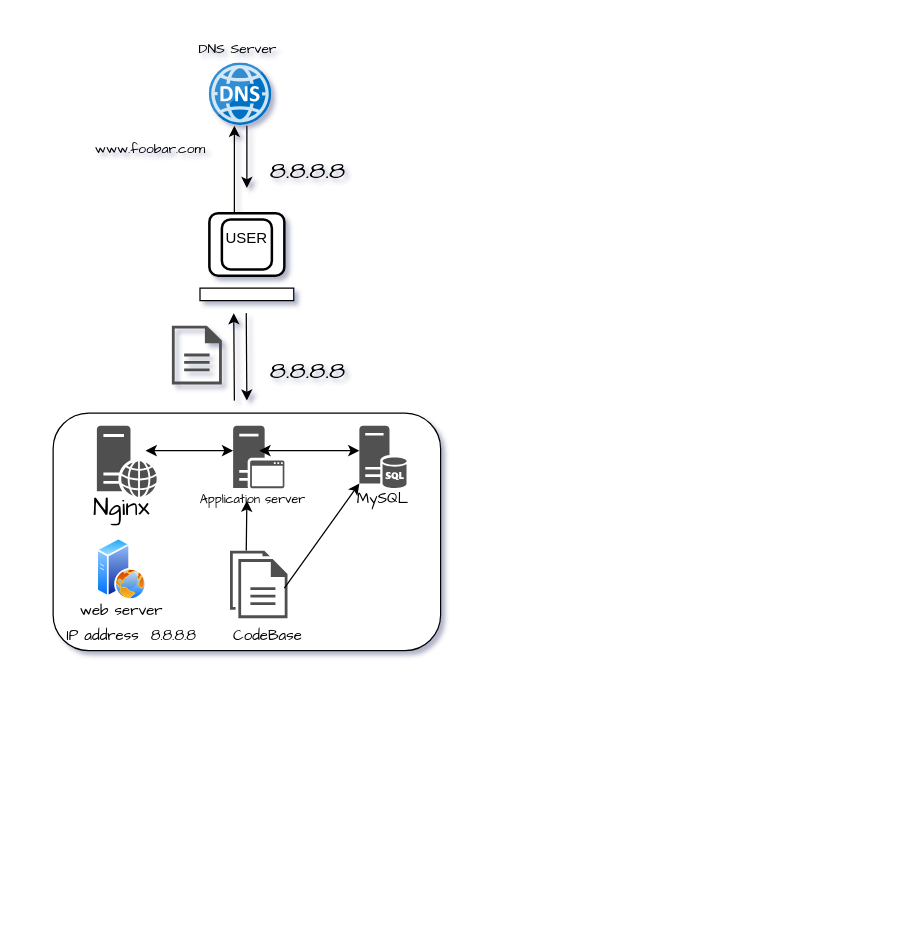
This is 0x09-web_infrastructure_design/Untitled Diagram.drawio from Yuskab/alx-system_engineering-devops, a draw.io file, before an edit. Source tidied: cells renumbered, new cells numbered last; positions are measured from the earlier drawing's top-left corner, leaving out a move shared by most shapes. Both pictures are drawn from the tidied source at 125%, with x=0, y=0 at pixel (52, 25).
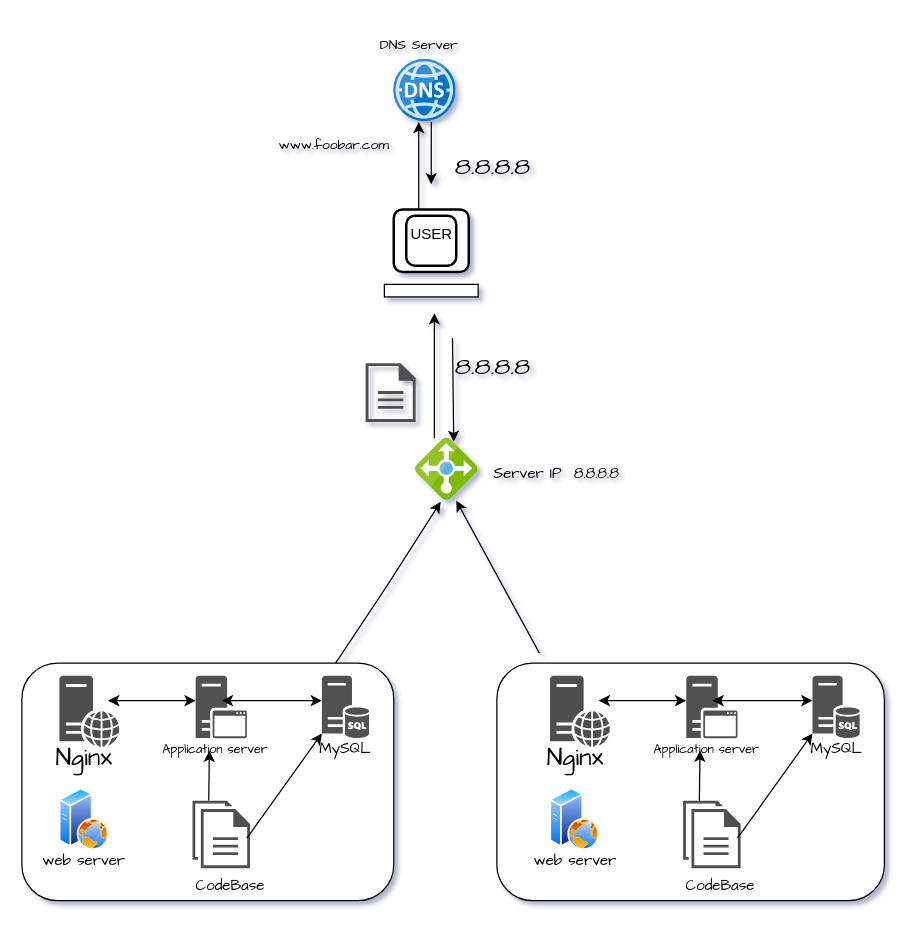
After the change.

Diff of the diagram source:
```diff
@@
     <mxCell id="2" style="endArrow=classic;html=1;rounded=0;" parent="1" edge="1">
       <mxGeometry relative="1" as="geometry">
-        <mxPoint x="145" y="160" as="sourcePoint" />
-        <mxPoint x="145" y="80" as="targetPoint" />
+        <mxPoint x="292.5" y="157" as="sourcePoint" />
+        <mxPoint x="292.5" y="77" as="targetPoint" />
         <Array as="points">
-          <mxPoint x="145" y="110" />
+          <mxPoint x="292.5" y="107" />
         </Array>
       </mxGeometry>
     </mxCell>
     <mxCell id="3" style="endArrow=classic;html=1;rounded=0;" parent="1" edge="1">
       <mxGeometry relative="1" as="geometry">
-        <mxPoint x="155" y="80" as="sourcePoint" />
-        <mxPoint x="155" y="130" as="targetPoint" />
+        <mxPoint x="302.5" y="77" as="sourcePoint" />
+        <mxPoint x="302.5" y="127" as="targetPoint" />
         <Array as="points">
-          <mxPoint x="155" y="110" />
+          <mxPoint x="302.5" y="107" />
         </Array>
       </mxGeometry>
     </mxCell>
     <mxCell id="4" style="rounded=1;whiteSpace=wrap;html=1;absoluteArcSize=1;arcSize=14;strokeWidth=2;" parent="1" vertex="1">
-      <mxGeometry x="125" y="150" width="60" height="50" as="geometry" />
+      <mxGeometry x="272.5" y="147" width="60" height="50" as="geometry" />
     </mxCell>
@@
     <mxCell id="6" style="rounded=1;whiteSpace=wrap;html=1;absoluteArcSize=1;arcSize=14;strokeWidth=2;" parent="1" vertex="1">
-      <mxGeometry x="135" y="155" width="40" height="40" as="geometry" />
+      <mxGeometry x="282.5" y="152" width="40" height="40" as="geometry" />
     </mxCell>
     <mxCell id="7" style="rounded=0;whiteSpace=wrap;html=1;" parent="1" vertex="1">
-      <mxGeometry x="117.5" y="210" width="75" height="10" as="geometry" />
+      <mxGeometry x="265" y="207" width="75" height="10" as="geometry" />
     </mxCell>
     <mxCell id="8" value="USER" style="text;strokeColor=none;align=center;fillColor=none;html=1;verticalAlign=middle;whiteSpace=wrap;rounded=0;" parent="1" vertex="1">
-      <mxGeometry x="125" y="155" width="60" height="30" as="geometry" />
+      <mxGeometry x="272.5" y="152" width="60" height="30" as="geometry" />
     </mxCell>
-    <mxCell id="9" style="endArrow=classic;html=1;rounded=0;" parent="1" edge="1">
-      <mxGeometry relative="1" as="geometry">
-        <mxPoint x="145" y="300" as="sourcePoint" />
-        <mxPoint x="144.5" y="230" as="targetPoint" />
-      </mxGeometry>
-    </mxCell>
     <mxCell id="10" style="endArrow=classic;html=1;rounded=0;" parent="1" edge="1">
       <mxGeometry relative="1" as="geometry">
-        <mxPoint x="154.5" y="230" as="sourcePoint" />
-        <mxPoint x="155" y="300" as="targetPoint" />
+        <mxPoint x="319.5" y="250" as="sourcePoint" />
+        <mxPoint x="320.5" y="333" as="targetPoint" />
       </mxGeometry>
     </mxCell>
     <mxCell id="11" style="rounded=1;whiteSpace=wrap;html=1;" parent="1" vertex="1">
-      <mxGeometry y="310" width="310" height="190" as="geometry" />
+      <mxGeometry x="-25" y="510" width="297.5" height="190" as="geometry" />
     </mxCell>
     <mxCell id="12" style="image;sketch=0;html=1;align=center;fontSize=12;image=img/lib/mscae/DNS.svg;" parent="1" vertex="1">
-      <mxGeometry x="125" y="30" width="50" height="50" as="geometry" />
+      <mxGeometry x="272.5" y="27" width="50" height="50" as="geometry" />
     </mxCell>
     <mxCell id="13" style="sketch=0;shadow=0;dashed=0;html=1;strokeColor=none;labelPosition=center;verticalLabelPosition=bottom;verticalAlign=top;align=center;fillColor=#515151;shape=mxgraph.mscae.system_center.secondary_site;" parent="1" vertex="1">
-      <mxGeometry x="144" y="320" width="41" height="50" as="geometry" />
+      <mxGeometry x="114" y="520" width="41" height="50" as="geometry" />
     </mxCell>
     <mxCell id="14" style="sketch=0;shadow=0;dashed=0;html=1;strokeColor=none;labelPosition=center;verticalLabelPosition=bottom;verticalAlign=top;align=center;fillColor=#515151;shape=mxgraph.mscae.system_center.central_administration_site_sql;" parent="1" vertex="1">
-      <mxGeometry x="245" y="320" width="38" height="50" as="geometry" />
+      <mxGeometry x="215" y="520" width="38" height="50" as="geometry" />
     </mxCell>
     <mxCell id="15" style="sketch=0;shadow=0;dashed=0;html=1;strokeColor=none;fillColor=#505050;labelPosition=center;verticalLabelPosition=bottom;verticalAlign=top;align=center;shape=mxgraph.office.servers.web_server;" parent="1" vertex="1">
-      <mxGeometry x="35" y="320" width="48" height="57" as="geometry" />
+      <mxGeometry x="5" y="520" width="48" height="57" as="geometry" />
     </mxCell>
     <mxCell id="16" style="sketch=0;shadow=0;dashed=0;html=1;strokeColor=none;fillColor=#505050;labelPosition=center;verticalLabelPosition=bottom;verticalAlign=top;align=center;shape=mxgraph.office.concepts.documents;" parent="1" vertex="1">
-      <mxGeometry x="141.5" y="420" width="46" height="54" as="geometry" />
+      <mxGeometry x="111.5" y="620" width="46" height="54" as="geometry" />
     </mxCell>
     <mxCell id="17" style="image;perimeter=ellipsePerimeter;html=1;align=center;shadow=0;dashed=0;spacingTop=3;image=img/lib/active_directory/web_server.svg;" parent="1" vertex="1">
-      <mxGeometry x="35" y="410" width="40" height="50" as="geometry" />
+      <mxGeometry x="5" y="610" width="40" height="50" as="geometry" />
     </mxCell>
     <mxCell id="18" style="sketch=0;shadow=0;dashed=0;html=1;strokeColor=none;fillColor=#505050;labelPosition=center;verticalLabelPosition=bottom;verticalAlign=top;align=center;shape=mxgraph.office.concepts.document;" parent="1" vertex="1">
-      <mxGeometry x="95" y="240" width="40" height="47" as="geometry" />
+      <mxGeometry x="250" y="270" width="40" height="47" as="geometry" />
     </mxCell>
     <mxCell id="19" style="endArrow=classic;startArrow=classic;html=1;rounded=0;" parent="1" edge="1">
       <mxGeometry relative="1" as="geometry">
-        <mxPoint x="74" y="340" as="sourcePoint" />
-        <mxPoint x="144" y="340" as="targetPoint" />
+        <mxPoint x="44" y="540" as="sourcePoint" />
+        <mxPoint x="114" y="540" as="targetPoint" />
       </mxGeometry>
     </mxCell>
     <mxCell id="20" style="endArrow=classic;startArrow=classic;html=1;rounded=0;" parent="1" edge="1">
       <mxGeometry relative="1" as="geometry">
-        <mxPoint x="165" y="340" as="sourcePoint" />
-        <mxPoint x="245" y="340" as="targetPoint" />
+        <mxPoint x="135" y="540" as="sourcePoint" />
+        <mxPoint x="215" y="540" as="targetPoint" />
       </mxGeometry>
     </mxCell>
     <mxCell id="21" style="endArrow=classic;html=1;rounded=0;entryX=0;entryY=0.925;entryDx=0;entryDy=0;entryPerimeter=0;" parent="1" edge="1" target="14">
       <mxGeometry relative="1" as="geometry">
-        <mxPoint x="185" y="450" as="sourcePoint" />
+        <mxPoint x="155" y="650" as="sourcePoint" />
       </mxGeometry>
     </mxCell>
     <mxCell id="22" style="endArrow=classic;html=1;rounded=0;align=right;labelBackgroundColor=#FFFFFF;" parent="1" edge="1">
       <mxGeometry relative="1" as="geometry">
-        <mxPoint x="154.5" y="420" as="sourcePoint" />
-        <mxPoint x="155" y="380" as="targetPoint" />
+        <mxPoint x="124.5" y="620" as="sourcePoint" />
+        <mxPoint x="125" y="580" as="targetPoint" />
       </mxGeometry>
     </mxCell>
     <mxCell id="23" value="&lt;font style=&quot;font-size: 11px;&quot;&gt;DNS Server&lt;/font&gt;" style="text;strokeColor=none;align=center;fillColor=none;html=1;verticalAlign=middle;whiteSpace=wrap;rounded=0;fontSize=20;fontFamily=Architects Daughter;" parent="1" vertex="1">
-      <mxGeometry x="107.5" width="80" height="30" as="geometry" />
+      <mxGeometry x="252.5" y="-3" width="80" height="30" as="geometry" />
     </mxCell>
     <mxCell id="24" value="&lt;font style=&quot;font-size: 10px;&quot;&gt;Application server&lt;/font&gt;" style="text;strokeColor=none;align=center;fillColor=none;html=1;verticalAlign=middle;whiteSpace=wrap;rounded=0;fontSize=20;fontFamily=Architects Daughter;" parent="1" vertex="1">
-      <mxGeometry x="95" y="350" width="130" height="50" as="geometry" />
+      <mxGeometry x="65" y="550" width="130" height="50" as="geometry" />
     </mxCell>
     <mxCell id="25" value="&lt;font style=&quot;font-size: 12px;&quot;&gt;MySQL&lt;/font&gt;" style="text;strokeColor=none;align=center;fillColor=none;html=1;verticalAlign=middle;whiteSpace=wrap;rounded=0;fontSize=20;fontFamily=Architects Daughter;" parent="1" vertex="1">
-      <mxGeometry x="234" y="360" width="60" height="30" as="geometry" />
+      <mxGeometry x="204" y="560" width="60" height="30" as="geometry" />
     </mxCell>
     <mxCell id="26" value="Nginx" style="text;strokeColor=none;align=center;fillColor=none;html=1;verticalAlign=middle;whiteSpace=wrap;rounded=0;fontSize=20;fontFamily=Architects Daughter;" parent="1" vertex="1">
-      <mxGeometry x="25" y="370" width="60" height="30" as="geometry" />
+      <mxGeometry x="-5" y="570" width="60" height="30" as="geometry" />
     </mxCell>
     <mxCell id="27" value="&lt;font style=&quot;font-size: 12px;&quot;&gt;web server&lt;/font&gt;" style="text;strokeColor=none;align=center;fillColor=none;html=1;verticalAlign=middle;whiteSpace=wrap;rounded=0;fontSize=20;fontFamily=Architects Daughter;" parent="1" vertex="1">
-      <mxGeometry x="5" y="450" width="100" height="30" as="geometry" />
+      <mxGeometry x="-25" y="650" width="100" height="30" as="geometry" />
     </mxCell>
     <mxCell id="28" value="8.8.8.8" style="text;strokeColor=none;align=center;fillColor=none;html=1;verticalAlign=middle;whiteSpace=wrap;rounded=0;fontSize=20;fontFamily=Architects Daughter;" parent="1" vertex="1">
-      <mxGeometry x="174" y="260" width="60" height="30" as="geometry" />
+      <mxGeometry x="321.5" y="257" width="60" height="30" as="geometry" />
     </mxCell>
     <mxCell id="29" value="8.8.8.8" style="text;strokeColor=none;align=center;fillColor=none;html=1;verticalAlign=middle;whiteSpace=wrap;rounded=0;fontSize=20;fontFamily=Architects Daughter;" parent="1" vertex="1">
-      <mxGeometry x="174" y="100" width="60" height="30" as="geometry" />
+      <mxGeometry x="321.5" y="97" width="60" height="30" as="geometry" />
     </mxCell>
-    <mxCell id="30" value="&lt;font style=&quot;font-size: 12px;&quot;&gt;IP&lt;font style=&quot;&quot;&gt; address&amp;nbsp; 8.8.8.8&lt;/font&gt;&lt;/font&gt;" style="text;strokeColor=none;align=center;fillColor=none;html=1;verticalAlign=middle;whiteSpace=wrap;rounded=0;fontSize=20;fontFamily=Architects Daughter;" parent="1" vertex="1">
-      <mxGeometry x="7.5" y="470" width="110" height="30" as="geometry" />
+    <mxCell id="30" value="&lt;font style=&quot;font-size: 12px;&quot;&gt;Server IP&lt;font style=&quot;&quot;&gt;&amp;nbsp; 8.8.8.8&lt;/font&gt;&lt;/font&gt;" style="text;strokeColor=none;align=center;fillColor=none;html=1;verticalAlign=middle;whiteSpace=wrap;rounded=0;fontSize=20;fontFamily=Architects Daughter;" parent="1" vertex="1">
+      <mxGeometry x="347.5" y="340" width="110" height="30" as="geometry" />
     </mxCell>
     <mxCell id="31" value="&lt;font style=&quot;font-size: 12px;&quot;&gt;CodeBase&lt;/font&gt;" style="text;strokeColor=none;align=center;fillColor=none;html=1;verticalAlign=middle;whiteSpace=wrap;rounded=0;fontSize=20;fontFamily=Architects Daughter;" parent="1" vertex="1">
-      <mxGeometry x="141.5" y="470" width="60" height="30" as="geometry" />
+      <mxGeometry x="111.5" y="670" width="60" height="30" as="geometry" />
     </mxCell>
     <mxCell id="32" value="&lt;font style=&quot;font-size: 11px;&quot;&gt;www.foobar.com&lt;/font&gt;" style="text;strokeColor=none;align=center;fillColor=none;html=1;verticalAlign=middle;whiteSpace=wrap;rounded=0;fontSize=20;fontFamily=Architects Daughter;" parent="1" vertex="1">
-      <mxGeometry x="47.5" y="80" width="60" height="30" as="geometry" />
+      <mxGeometry x="195" y="77" width="60" height="30" as="geometry" />
     </mxCell>
+    <mxCell id="33" style="image;sketch=0;html=1;points=[];align=center;fontSize=12;image=img/lib/mscae/Load_Balancer_feature.svg;hachureGap=4;jiggle=2;curveFitting=1;fontFamily=Architects Daughter;" parent="1" vertex="1">
+      <mxGeometry x="290" y="330" width="50" height="50" as="geometry" />
+    </mxCell>
+    <mxCell id="34" style="rounded=1;whiteSpace=wrap;html=1;" parent="1" vertex="1">
+      <mxGeometry x="355" y="510" width="310" height="190" as="geometry" />
+    </mxCell>
+    <mxCell id="35" style="sketch=0;shadow=0;dashed=0;html=1;strokeColor=none;labelPosition=center;verticalLabelPosition=bottom;verticalAlign=top;align=center;fillColor=#515151;shape=mxgraph.mscae.system_center.secondary_site;" parent="1" vertex="1">
+      <mxGeometry x="506.5" y="520" width="41" height="50" as="geometry" />
+    </mxCell>
+    <mxCell id="36" style="sketch=0;shadow=0;dashed=0;html=1;strokeColor=none;labelPosition=center;verticalLabelPosition=bottom;verticalAlign=top;align=center;fillColor=#515151;shape=mxgraph.mscae.system_center.central_administration_site_sql;" parent="1" vertex="1">
+      <mxGeometry x="607.5" y="520" width="38" height="50" as="geometry" />
+    </mxCell>
+    <mxCell id="37" style="sketch=0;shadow=0;dashed=0;html=1;strokeColor=none;fillColor=#505050;labelPosition=center;verticalLabelPosition=bottom;verticalAlign=top;align=center;shape=mxgraph.office.servers.web_server;" parent="1" vertex="1">
+      <mxGeometry x="397.5" y="520" width="48" height="57" as="geometry" />
+    </mxCell>
+    <mxCell id="38" style="sketch=0;shadow=0;dashed=0;html=1;strokeColor=none;fillColor=#505050;labelPosition=center;verticalLabelPosition=bottom;verticalAlign=top;align=center;shape=mxgraph.office.concepts.documents;" parent="1" vertex="1">
+      <mxGeometry x="504" y="620" width="46" height="54" as="geometry" />
+    </mxCell>
+    <mxCell id="39" style="image;perimeter=ellipsePerimeter;html=1;align=center;shadow=0;dashed=0;spacingTop=3;image=img/lib/active_directory/web_server.svg;" parent="1" vertex="1">
+      <mxGeometry x="397.5" y="610" width="40" height="50" as="geometry" />
+    </mxCell>
+    <mxCell id="40" style="endArrow=classic;startArrow=classic;html=1;rounded=0;" parent="1" edge="1">
+      <mxGeometry relative="1" as="geometry">
+        <mxPoint x="436.5" y="540" as="sourcePoint" />
+        <mxPoint x="506.5" y="540" as="targetPoint" />
+      </mxGeometry>
+    </mxCell>
+    <mxCell id="41" style="endArrow=classic;startArrow=classic;html=1;rounded=0;" parent="1" edge="1">
+      <mxGeometry relative="1" as="geometry">
+        <mxPoint x="527.5" y="540" as="sourcePoint" />
+        <mxPoint x="607.5" y="540" as="targetPoint" />
+      </mxGeometry>
+    </mxCell>
+    <mxCell id="42" style="endArrow=classic;html=1;rounded=0;entryX=0;entryY=0.925;entryDx=0;entryDy=0;entryPerimeter=0;" parent="1" edge="1" target="36">
+      <mxGeometry relative="1" as="geometry">
+        <mxPoint x="547.5" y="650" as="sourcePoint" />
+      </mxGeometry>
+    </mxCell>
+    <mxCell id="43" style="endArrow=classic;html=1;rounded=0;align=right;labelBackgroundColor=#FFFFFF;" parent="1" edge="1">
+      <mxGeometry relative="1" as="geometry">
+        <mxPoint x="517" y="620" as="sourcePoint" />
+        <mxPoint x="517.5" y="580" as="targetPoint" />
+      </mxGeometry>
+    </mxCell>
+    <mxCell id="44" value="&lt;font style=&quot;font-size: 10px;&quot;&gt;Application server&lt;/font&gt;" style="text;strokeColor=none;align=center;fillColor=none;html=1;verticalAlign=middle;whiteSpace=wrap;rounded=0;fontSize=20;fontFamily=Architects Daughter;" parent="1" vertex="1">
+      <mxGeometry x="457.5" y="550" width="130" height="50" as="geometry" />
+    </mxCell>
+    <mxCell id="45" value="&lt;font style=&quot;font-size: 12px;&quot;&gt;MySQL&lt;/font&gt;" style="text;strokeColor=none;align=center;fillColor=none;html=1;verticalAlign=middle;whiteSpace=wrap;rounded=0;fontSize=20;fontFamily=Architects Daughter;" parent="1" vertex="1">
+      <mxGeometry x="596.5" y="560" width="60" height="30" as="geometry" />
+    </mxCell>
+    <mxCell id="46" value="Nginx" style="text;strokeColor=none;align=center;fillColor=none;html=1;verticalAlign=middle;whiteSpace=wrap;rounded=0;fontSize=20;fontFamily=Architects Daughter;" parent="1" vertex="1">
+      <mxGeometry x="387.5" y="570" width="60" height="30" as="geometry" />
+    </mxCell>
+    <mxCell id="47" value="&lt;font style=&quot;font-size: 12px;&quot;&gt;web server&lt;/font&gt;" style="text;strokeColor=none;align=center;fillColor=none;html=1;verticalAlign=middle;whiteSpace=wrap;rounded=0;fontSize=20;fontFamily=Architects Daughter;" parent="1" vertex="1">
+      <mxGeometry x="367.5" y="650" width="100" height="30" as="geometry" />
+    </mxCell>
+    <mxCell id="48" value="&lt;font style=&quot;font-size: 12px;&quot;&gt;CodeBase&lt;/font&gt;" style="text;strokeColor=none;align=center;fillColor=none;html=1;verticalAlign=middle;whiteSpace=wrap;rounded=0;fontSize=20;fontFamily=Architects Daughter;" parent="1" vertex="1">
+      <mxGeometry x="504" y="670" width="60" height="30" as="geometry" />
+    </mxCell>
+    <mxCell id="49" style="endArrow=classic;html=1;rounded=0;" parent="1" edge="1">
+      <mxGeometry relative="1" as="geometry">
+        <mxPoint x="305" y="330" as="sourcePoint" />
+        <mxPoint x="305" y="230" as="targetPoint" />
+        <Array as="points">
+          <mxPoint x="305" y="280" />
+        </Array>
+      </mxGeometry>
+    </mxCell>
+    <mxCell id="50" style="endArrow=classic;html=1;rounded=0;entryX=0.4;entryY=1.02;entryDx=0;entryDy=0;entryPerimeter=0;" parent="1" edge="1" target="33">
+      <mxGeometry relative="1" as="geometry">
+        <mxPoint x="226" y="510" as="sourcePoint" />
+        <Array as="points">
+          <mxPoint x="268.5" y="446" />
+        </Array>
+      </mxGeometry>
+    </mxCell>
+    <mxCell id="51" style="endArrow=classic;html=1;rounded=0;entryX=0.32;entryY=1.04;entryDx=0;entryDy=0;entryPerimeter=0;" parent="1" edge="1">
+      <mxGeometry relative="1" as="geometry">
+        <mxPoint x="389" y="502" as="sourcePoint" />
+        <mxPoint x="322.5" y="380" as="targetPoint" />
+      </mxGeometry>
+    </mxCell>
```
